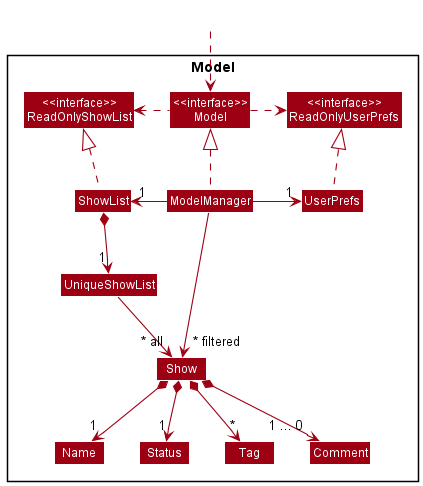
The PlantUML diagram docs/images/ModelClassDiagram.png in nus-cs2103-AY2122S2/tp, before a commit.
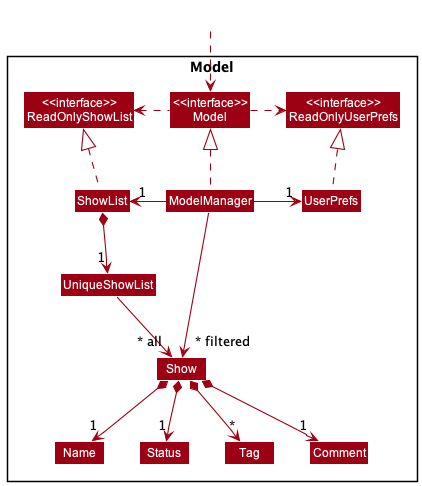
After the change.

Diff of the diagram source:
```diff
@@ -37,7 +37,7 @@
 UniqueShowList --> "~* all" Show
 Show *--> "1" Name
 Show *--> "1" Status
-Show *--> "1 ... 0" Comment
+Show *--> "1" Comment
 Show *--> "*" Tag
 
 Name -[hidden]right-> Status
```
